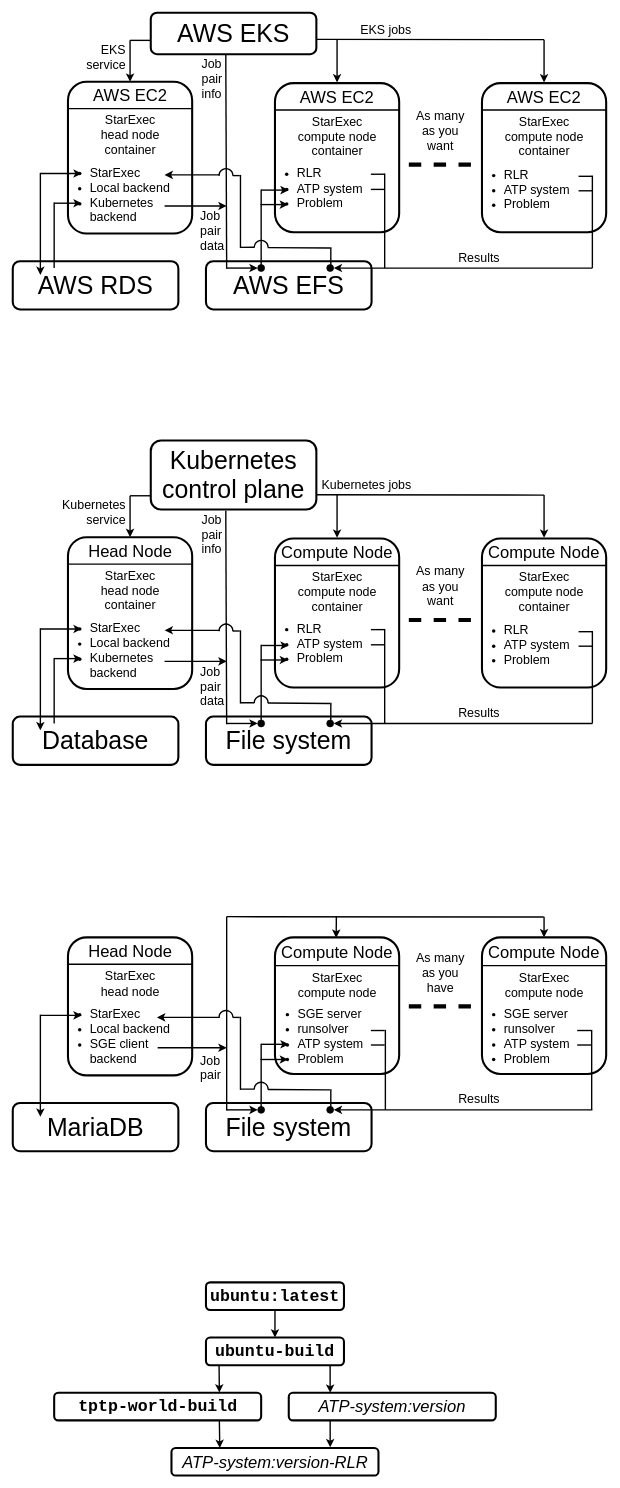
GeoffsPapers/StarExecAWS keeps this draw.io diagram as Architecture.drawio. Above is the earlier version. Source tidied: cells renumbered, new cells numbered last; positions are measured from the earlier drawing's top-left corner, leaving out a move shared by most shapes. Both pictures are drawn from the tidied source at 69%, with x=0, y=0 at pixel (12, 12).
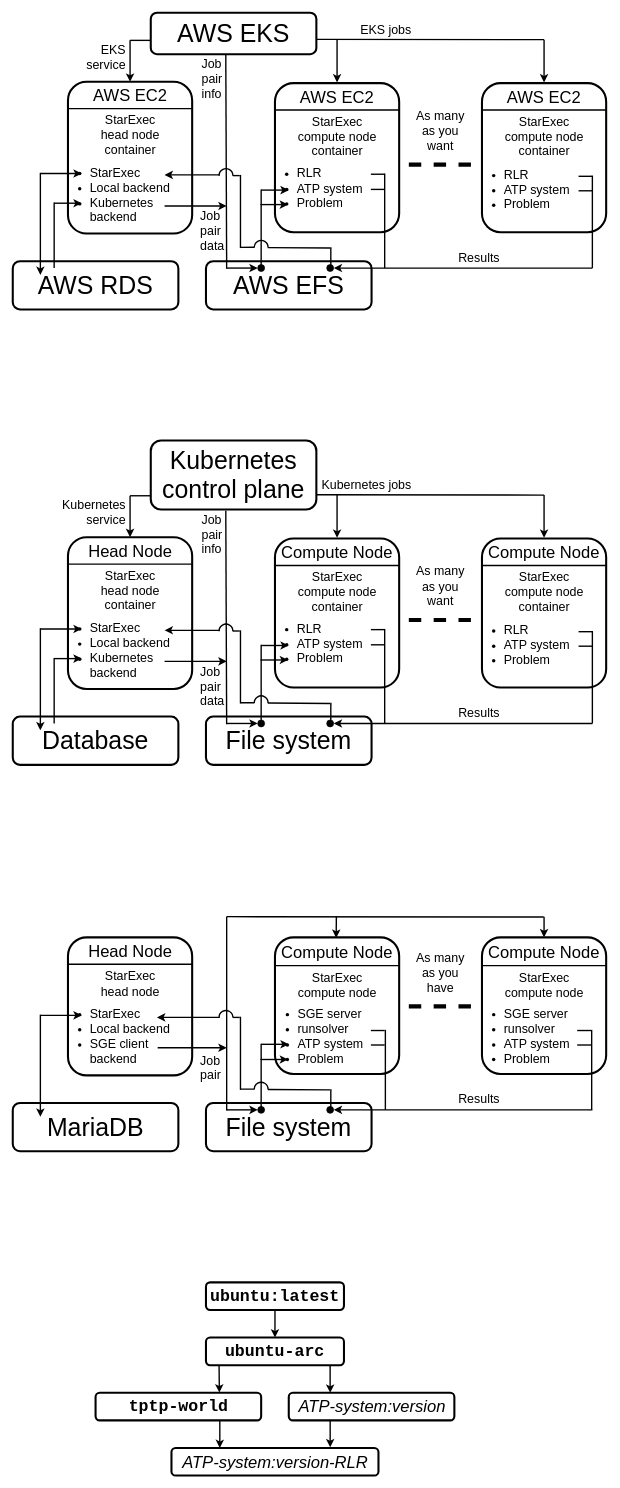
The same diagram, later.

The edit, as a diff of the source:
```diff
@@
     <mxCell id="6" style="rounded=1;whiteSpace=wrap;html=1;strokeWidth=3;fillColor=none;" parent="1" vertex="1">
-      <mxGeometry x="400" y="2000" width="300" height="40" as="geometry" />
+      <mxGeometry x="400" y="2000" width="240" height="40" as="geometry" />
     </mxCell>
     <mxCell id="7" value="&lt;p style=&quot;margin: 0px; font-variant-numeric: normal; font-variant-east-asian: normal; font-variant-alternates: normal; font-kerning: auto; font-optical-sizing: auto; font-feature-settings: normal; font-variation-settings: normal; font-variant-position: normal; font-stretch: normal; line-height: normal; text-align: start;&quot; class=&quot;p1&quot;&gt;&lt;font style=&quot;font-size: 24px;&quot;&gt;&lt;i&gt;ATP-system:version&lt;/i&gt;&lt;/font&gt;&lt;/p&gt;" style="text;strokeColor=none;align=center;fillColor=none;html=1;verticalAlign=middle;whiteSpace=wrap;rounded=0;" parent="1" vertex="1">
-      <mxGeometry x="400" y="2000" width="300" height="40" as="geometry" />
+      <mxGeometry x="371" y="2000" width="300" height="40" as="geometry" />
     </mxCell>
     <mxCell id="8" style="rounded=1;whiteSpace=wrap;html=1;strokeWidth=3;fillColor=none;" parent="1" vertex="1">
-      <mxGeometry x="60" y="2000" width="300" height="40" as="geometry" />
+      <mxGeometry x="120" y="2000" width="240" height="40" as="geometry" />
     </mxCell>
@@
-    <mxCell id="129" value="&lt;p style=&quot;margin: 0px; font-variant-numeric: normal; font-variant-east-asian: normal; font-variant-alternates: normal; font-kerning: auto; font-optical-sizing: auto; font-feature-settings: normal; font-variation-settings: normal; font-variant-position: normal; font-stretch: normal; line-height: normal; text-align: start;&quot; class=&quot;p1&quot;&gt;&lt;font face=&quot;Courier New&quot; style=&quot;font-size: 24px;&quot;&gt;&lt;b&gt;ubuntu-build&lt;/b&gt;&lt;/font&gt;&lt;/p&gt;" style="text;strokeColor=none;align=center;fillColor=none;html=1;verticalAlign=middle;whiteSpace=wrap;rounded=0;" parent="1" vertex="1">
+    <mxCell id="129" value="&lt;p style=&quot;margin: 0px; font-variant-numeric: normal; font-variant-east-asian: normal; font-variant-alternates: normal; font-kerning: auto; font-optical-sizing: auto; font-feature-settings: normal; font-variation-settings: normal; font-variant-position: normal; font-stretch: normal; line-height: normal; text-align: start;&quot; class=&quot;p1&quot;&gt;&lt;font face=&quot;Courier New&quot; style=&quot;font-size: 24px;&quot;&gt;&lt;b&gt;ubuntu-arc&lt;/b&gt;&lt;/font&gt;&lt;/p&gt;" style="text;strokeColor=none;align=center;fillColor=none;html=1;verticalAlign=middle;whiteSpace=wrap;rounded=0;" parent="1" vertex="1">
       <mxGeometry x="265" y="1925" width="230" height="30" as="geometry" />
     </mxCell>
@@
-    <mxCell id="131" value="&lt;p style=&quot;margin: 0px; font-variant-numeric: normal; font-variant-east-asian: normal; font-variant-alternates: normal; font-kerning: auto; font-optical-sizing: auto; font-feature-settings: normal; font-variation-settings: normal; font-variant-position: normal; font-stretch: normal; line-height: normal; text-align: start;&quot; class=&quot;p1&quot;&gt;&lt;font face=&quot;Courier New&quot; style=&quot;font-size: 24px;&quot;&gt;&lt;b&gt;tptp-world-build&lt;/b&gt;&lt;/font&gt;&lt;/p&gt;" style="text;strokeColor=none;align=center;fillColor=none;html=1;verticalAlign=middle;whiteSpace=wrap;rounded=0;" parent="1" vertex="1">
-      <mxGeometry x="87.5" y="2000" width="245" height="40" as="geometry" />
+    <mxCell id="131" value="&lt;p style=&quot;margin: 0px; font-variant-numeric: normal; font-variant-east-asian: normal; font-variant-alternates: normal; font-kerning: auto; font-optical-sizing: auto; font-feature-settings: normal; font-variation-settings: normal; font-variant-position: normal; font-stretch: normal; line-height: normal; text-align: start;&quot; class=&quot;p1&quot;&gt;&lt;font face=&quot;Courier New&quot; style=&quot;font-size: 24px;&quot;&gt;&lt;b&gt;tptp-world&lt;/b&gt;&lt;/font&gt;&lt;/p&gt;" style="text;strokeColor=none;align=center;fillColor=none;html=1;verticalAlign=middle;whiteSpace=wrap;rounded=0;" parent="1" vertex="1">
+      <mxGeometry x="143.8" y="2000" width="192.5" height="40" as="geometry" />
     </mxCell>
@@
-    <mxCell id="133" style="endArrow=classic;html=1;rounded=0;strokeWidth=2;exitX=0.865;exitY=1.013;exitDx=0;exitDy=0;exitPerimeter=0;" parent="1" edge="1" source="131">
+    <mxCell id="133" style="endArrow=classic;html=1;rounded=0;strokeWidth=2;exitX=0.812;exitY=1;exitDx=0;exitDy=0;exitPerimeter=0;" parent="1" edge="1" source="131">
       <mxGeometry relative="1" as="geometry">
         <mxPoint x="300" y="2080" as="targetPoint" />
       </mxGeometry>
     </mxCell>
```
